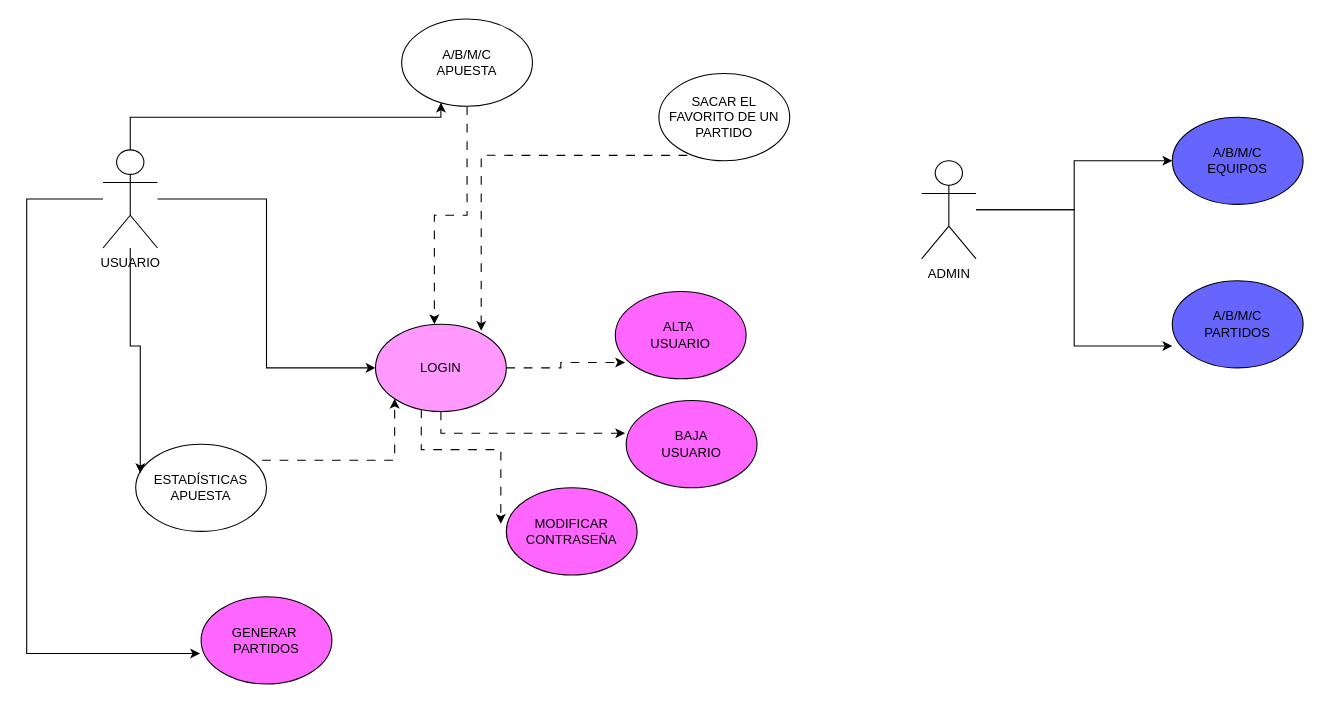
This is appapuestas/Casos de USO Apuestas.drawio from Valexx55/sanblasjava, a draw.io file, before an edit. Source tidied: cells renumbered, new cells numbered last; positions are measured from the earlier drawing's top-left corner, leaving out a move shared by most shapes. Both pictures are drawn from the tidied source at 109%, with x=0, y=0 at pixel (26, 19).
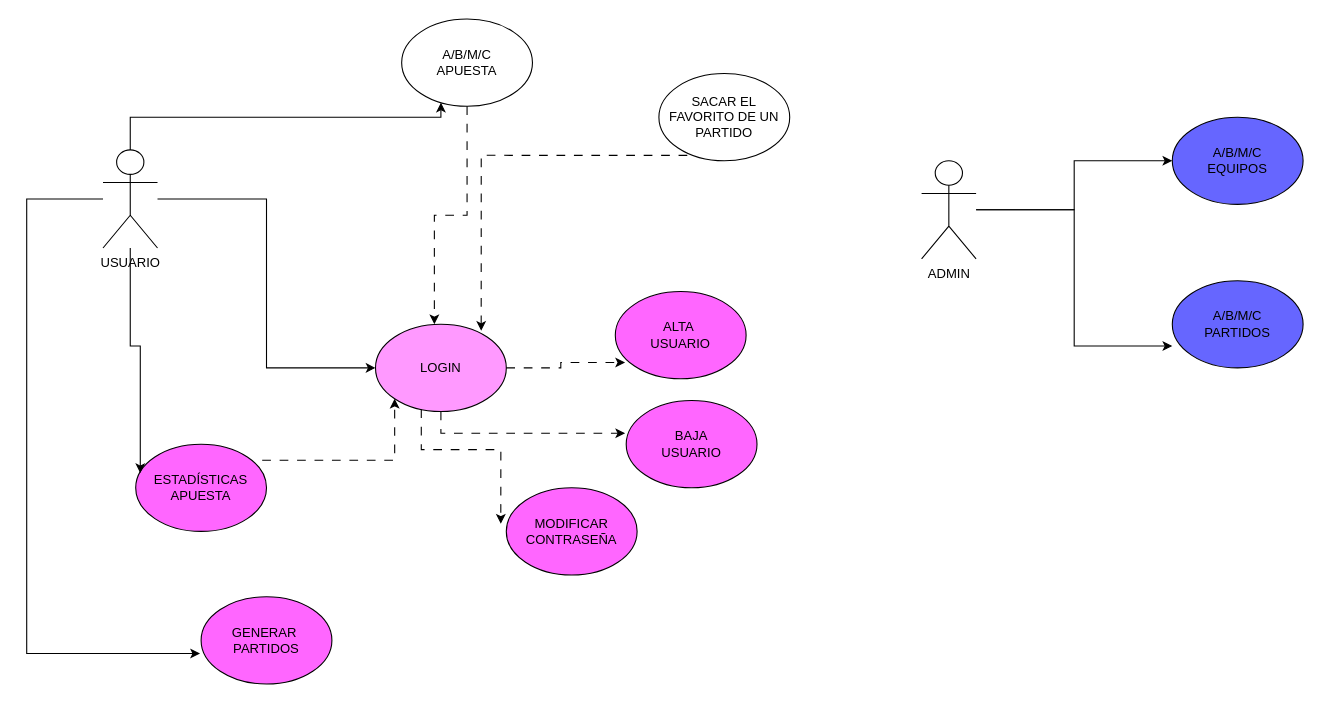
The same diagram, later.

Change to the diagram source:
```diff
@@
-    <mxCell id="16" value="ESTADÍSTICAS&lt;br&gt;APUESTA" style="ellipse;whiteSpace=wrap;html=1;" parent="1" vertex="1">
+    <mxCell id="16" value="ESTADÍSTICAS&lt;br&gt;APUESTA" style="ellipse;whiteSpace=wrap;html=1;fillColor=#FF66FF;" parent="1" vertex="1">
       <mxGeometry x="100" y="390" width="120" height="80" as="geometry" />
     </mxCell>
```
